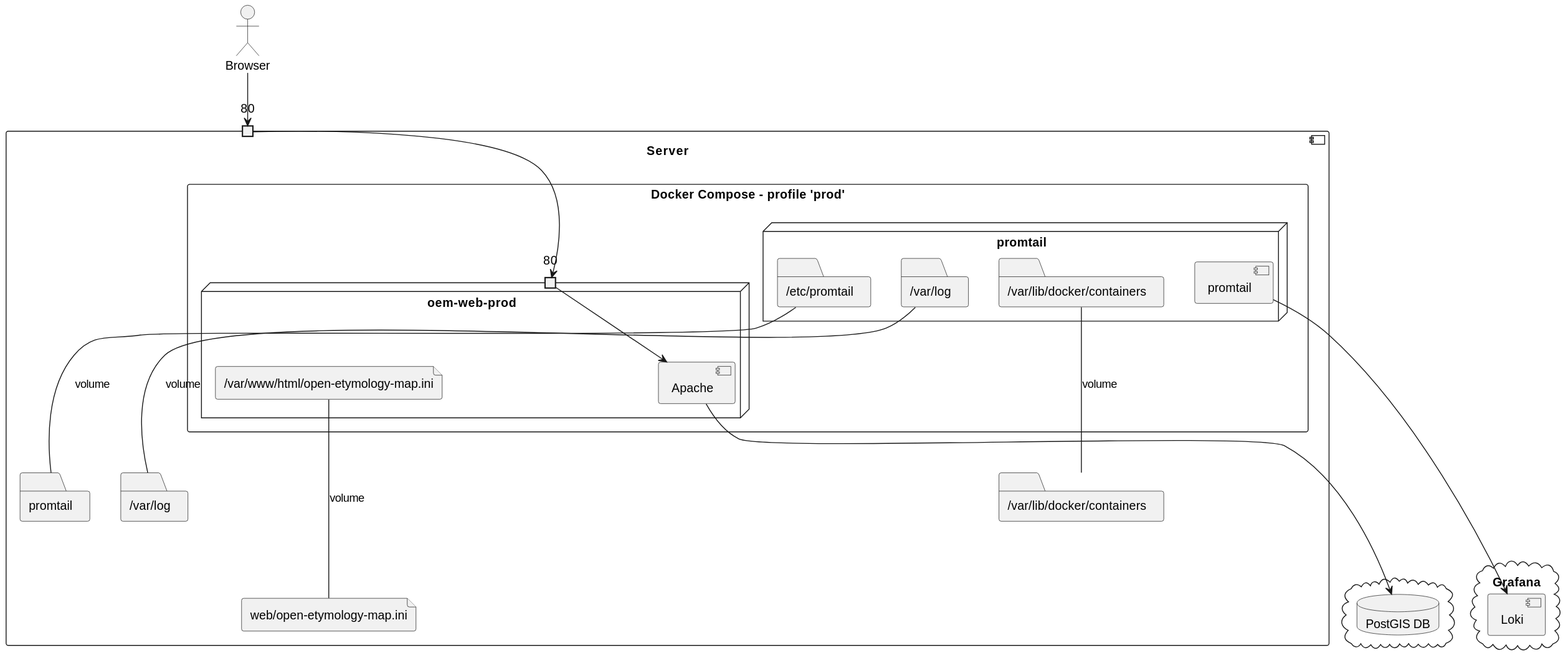
Before: images/prod_deployment.svg, a diagram exported from PlantUML (Danysan1/osm-wikidata-map-framework).
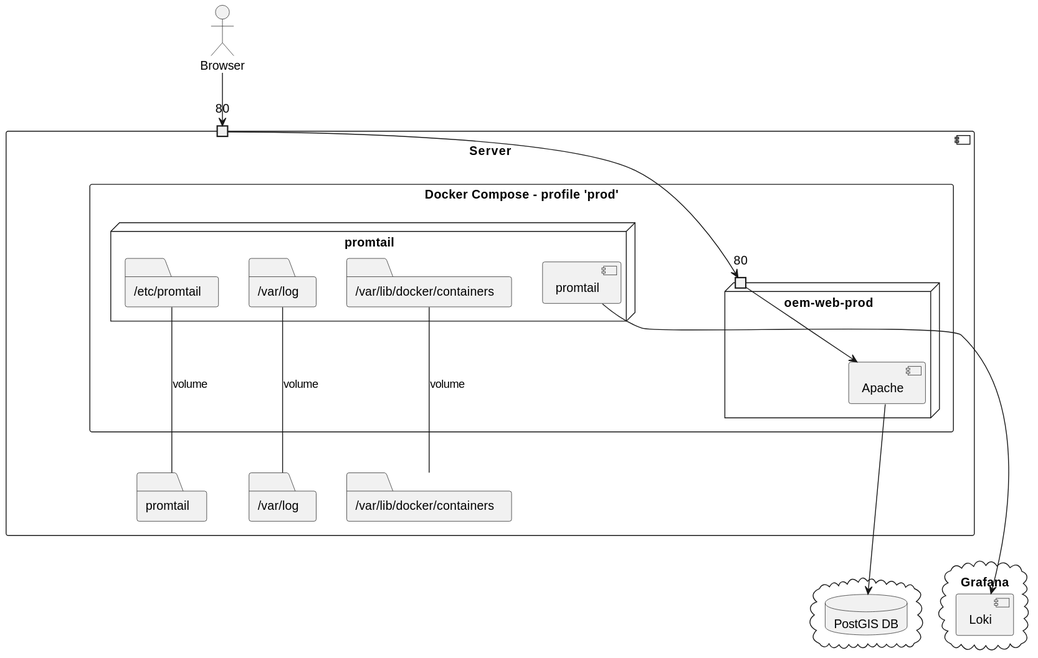
After the commit.

The edit, as a diff of the source:
```diff
@@ -12,10 +12,8 @@
     node "oem-web-prod" {
       port "80" as 80webProd
       component Apache
-      file "/var/www/html/open-etymology-map.ini" as iniRem
     }
   }
-  file "web/open-etymology-map.ini" as iniLoc
   folder "promtail" as promLoc
   folder "/var/log" as logLoc
   folder "/var/lib/docker/containers" as contLoc
@@ -28,7 +26,6 @@
   database "PostGIS DB" as db
 }
 
-iniRem --- iniLoc : volume
 promRem --- promLoc : volume
 logRem --- logLoc : volume
 contRem --- contLoc : volume
```
